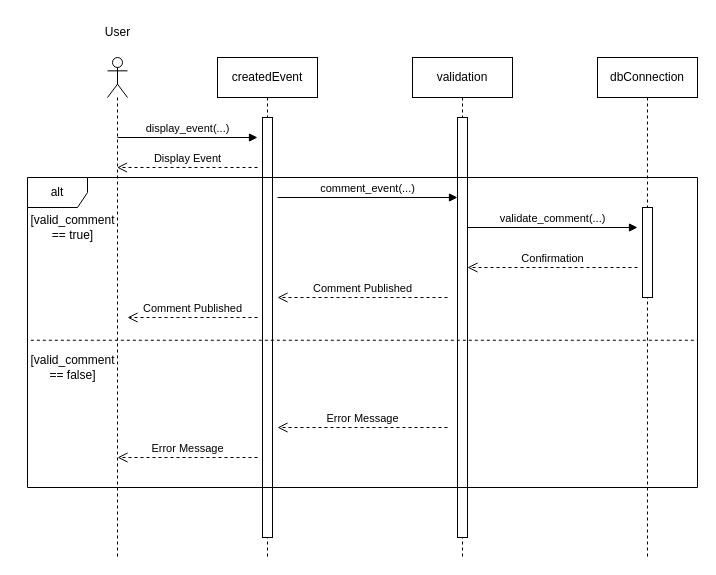
Earlier version of the draw.io diagram Sequence Diagram/EventComment.drawio.xml (NeoZi12/NeoAndLeon). Source tidied: cells renumbered, new cells numbered last; positions are measured from the earlier drawing's top-left corner, leaving out a move shared by most shapes. Both pictures are drawn from the tidied source at 100%, with x=0, y=0 at pixel (17, 17).
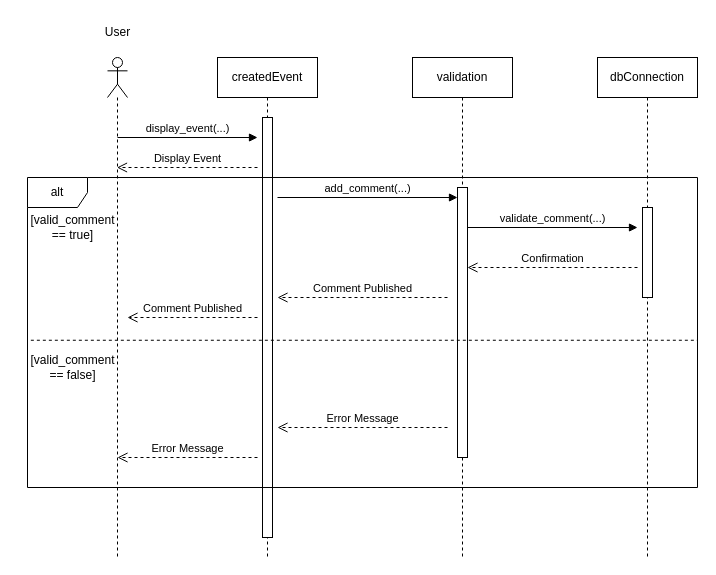
After the change.

The change refers to these unchanged cells:
```xml
<mxCell id="5" value="validation" style="shape=umlLifeline;perimeter=lifelinePerimeter;whiteSpace=wrap;html=1;newEdgeStyle={&quot;curved&quot;:0,&quot;rounded&quot;:0};" parent="1" vertex="1">
  <mxGeometry x="395" y="40" width="100" height="500" as="geometry" />
</mxCell>
```

Diff of the diagram source:
```diff
@@
     <mxCell id="6" style="html=1;points=[[0,0,0,0,5],[0,1,0,0,-5],[1,0,0,0,5],[1,1,0,0,-5]];perimeter=orthogonalPerimeter;outlineConnect=0;targetShapes=umlLifeline;portConstraint=eastwest;newEdgeStyle={&quot;curved&quot;:0,&quot;rounded&quot;:0};" parent="5" vertex="1">
-      <mxGeometry x="45" y="60" width="10" height="420" as="geometry" />
+      <mxGeometry x="45" y="130" width="10" height="270" as="geometry" />
     </mxCell>
@@
-    <mxCell id="11" value="comment_event(...)" style="html=1;verticalAlign=bottom;endArrow=block;curved=0;rounded=0;" parent="1" edge="1" target="6">
+    <mxCell id="11" value="add_comment(...)" style="html=1;verticalAlign=bottom;endArrow=block;curved=0;rounded=0;" parent="1" edge="1" target="6">
       <mxGeometry relative="1" as="geometry">
         <mxPoint x="260" y="180" as="sourcePoint" />
       </mxGeometry>
     </mxCell>
```
